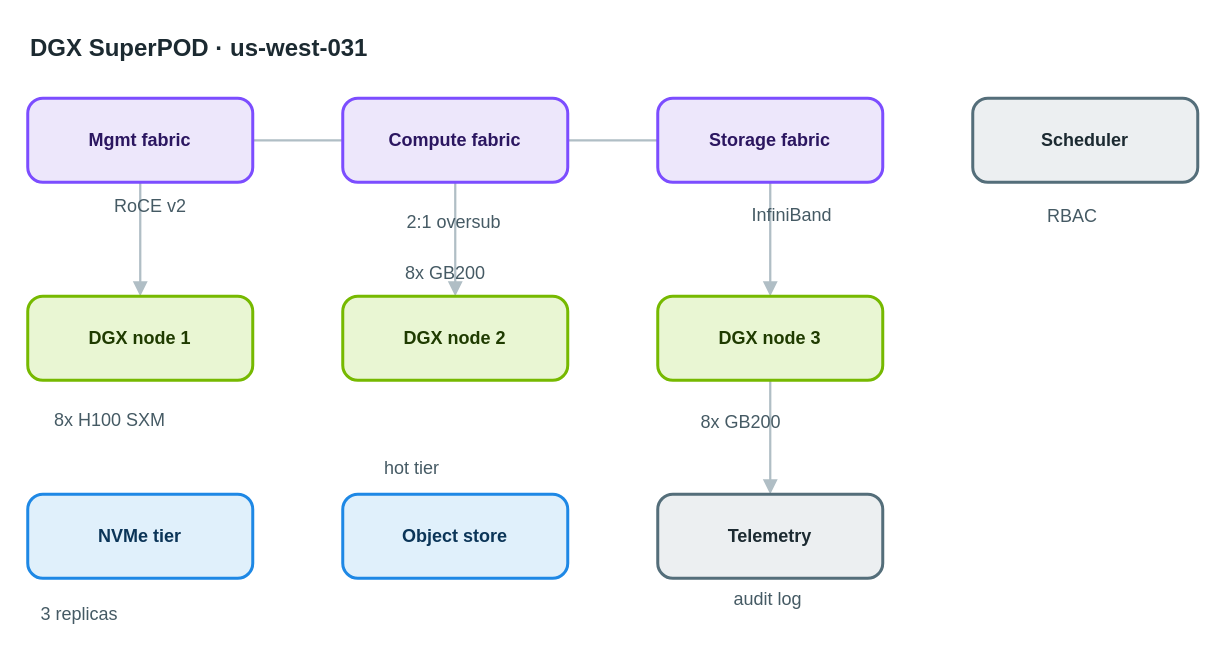
Earlier version of the draw.io diagram apps/web/public/samples/library/031-dgx-superpod.drawio (AryanG01/open-apprentice). Source tidied: cells renumbered, new cells numbered last; positions are measured from the earlier drawing's top-left corner, leaving out a move shared by most shapes. Both pictures are drawn from the tidied source at 150%, with x=0, y=0 at pixel (27, 26).
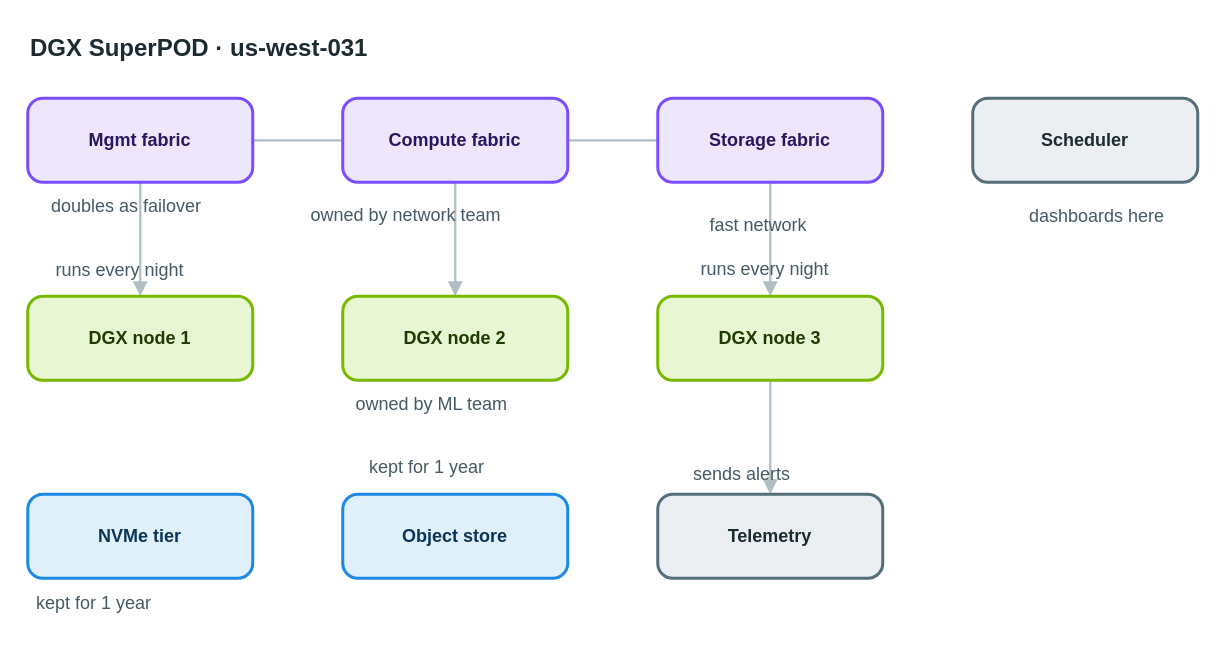
The same diagram, later.

Change to the diagram source:
```diff
@@
-    <mxCell id="17" value="RoCE v2" style="text;html=1;align=left;verticalAlign=top;whiteSpace=nowrap;spacing=0;spacingTop=0;strokeColor=none;fillColor=none;fontSize=12;fontColor=#455a64;" parent="1" vertex="1">
-      <mxGeometry x="58" y="108" width="61" height="20" as="geometry" />
+    <mxCell id="17" value="doubles as failover" style="text;html=1;align=left;verticalAlign=top;whiteSpace=nowrap;spacing=0;spacingTop=0;strokeColor=none;fillColor=none;fontSize=12;fontColor=#455a64;" parent="1" vertex="1">
+      <mxGeometry x="16" y="108" width="145" height="20" as="geometry" />
     </mxCell>
-    <mxCell id="18" value="2:1 oversub" style="text;html=1;align=left;verticalAlign=top;whiteSpace=nowrap;spacing=0;spacingTop=0;strokeColor=none;fillColor=none;fontSize=12;fontColor=#455a64;" parent="1" vertex="1">
-      <mxGeometry x="253" y="119" width="89" height="20" as="geometry" />
+    <mxCell id="18" value="owned by network team" style="text;html=1;align=left;verticalAlign=top;whiteSpace=nowrap;spacing=0;spacingTop=0;strokeColor=none;fillColor=none;fontSize=12;fontColor=#455a64;" parent="1" vertex="1">
+      <mxGeometry x="189" y="114" width="159" height="20" as="geometry" />
     </mxCell>
-    <mxCell id="19" value="InfiniBand" style="text;html=1;align=left;verticalAlign=top;whiteSpace=nowrap;spacing=0;spacingTop=0;strokeColor=none;fillColor=none;fontSize=12;fontColor=#455a64;" parent="1" vertex="1">
-      <mxGeometry x="483" y="114" width="82" height="20" as="geometry" />
+    <mxCell id="19" value="fast network" style="text;html=1;align=left;verticalAlign=top;whiteSpace=nowrap;spacing=0;spacingTop=0;strokeColor=none;fillColor=none;fontSize=12;fontColor=#455a64;" parent="1" vertex="1">
+      <mxGeometry x="455" y="121" width="96" height="20" as="geometry" />
     </mxCell>
-    <mxCell id="20" value="8x H100 SXM" style="text;html=1;align=left;verticalAlign=top;whiteSpace=nowrap;spacing=0;spacingTop=0;strokeColor=none;fillColor=none;fontSize=12;fontColor=#455a64;" parent="1" vertex="1">
-      <mxGeometry x="18" y="251" width="89" height="20" as="geometry" />
+    <mxCell id="20" value="runs every night" style="text;html=1;align=left;verticalAlign=top;whiteSpace=nowrap;spacing=0;spacingTop=0;strokeColor=none;fillColor=none;fontSize=12;fontColor=#455a64;" parent="1" vertex="1">
+      <mxGeometry x="19" y="151" width="124" height="20" as="geometry" />
     </mxCell>
-    <mxCell id="21" value="8x GB200" style="text;html=1;align=left;verticalAlign=top;whiteSpace=nowrap;spacing=0;spacingTop=0;strokeColor=none;fillColor=none;fontSize=12;fontColor=#455a64;" parent="1" vertex="1">
-      <mxGeometry x="252" y="153" width="68" height="20" as="geometry" />
+    <mxCell id="21" value="owned by ML team" style="text;html=1;align=left;verticalAlign=top;whiteSpace=nowrap;spacing=0;spacingTop=0;strokeColor=none;fillColor=none;fontSize=12;fontColor=#455a64;" parent="1" vertex="1">
+      <mxGeometry x="219" y="240" width="124" height="20" as="geometry" />
     </mxCell>
-    <mxCell id="22" value="8x GB200" style="text;html=1;align=left;verticalAlign=top;whiteSpace=nowrap;spacing=0;spacingTop=0;strokeColor=none;fillColor=none;fontSize=12;fontColor=#455a64;" parent="1" vertex="1">
-      <mxGeometry x="449" y="252" width="68" height="20" as="geometry" />
+    <mxCell id="22" value="runs every night" style="text;html=1;align=left;verticalAlign=top;whiteSpace=nowrap;spacing=0;spacingTop=0;strokeColor=none;fillColor=none;fontSize=12;fontColor=#455a64;" parent="1" vertex="1">
+      <mxGeometry x="449" y="150" width="124" height="20" as="geometry" />
     </mxCell>
-    <mxCell id="23" value="3 replicas" style="text;html=1;align=left;verticalAlign=top;whiteSpace=nowrap;spacing=0;spacingTop=0;strokeColor=none;fillColor=none;fontSize=12;fontColor=#455a64;" parent="1" vertex="1">
-      <mxGeometry x="9" y="380" width="82" height="20" as="geometry" />
+    <mxCell id="23" value="kept for 1 year" style="text;html=1;align=left;verticalAlign=top;whiteSpace=nowrap;spacing=0;spacingTop=0;strokeColor=none;fillColor=none;fontSize=12;fontColor=#455a64;" parent="1" vertex="1">
+      <mxGeometry x="6" y="373" width="117" height="20" as="geometry" />
     </mxCell>
-    <mxCell id="24" value="hot tier" style="text;html=1;align=left;verticalAlign=top;whiteSpace=nowrap;spacing=0;spacingTop=0;strokeColor=none;fillColor=none;fontSize=12;fontColor=#455a64;" parent="1" vertex="1">
-      <mxGeometry x="238" y="283" width="68" height="20" as="geometry" />
+    <mxCell id="24" value="kept for 1 year" style="text;html=1;align=left;verticalAlign=top;whiteSpace=nowrap;spacing=0;spacingTop=0;strokeColor=none;fillColor=none;fontSize=12;fontColor=#455a64;" parent="1" vertex="1">
+      <mxGeometry x="228" y="282" width="117" height="20" as="geometry" />
     </mxCell>
-    <mxCell id="25" value="RBAC" style="text;html=1;align=left;verticalAlign=top;whiteSpace=nowrap;spacing=0;spacingTop=0;strokeColor=none;fillColor=none;fontSize=12;fontColor=#455a64;" parent="1" vertex="1">
-      <mxGeometry x="680" y="115" width="40" height="20" as="geometry" />
+    <mxCell id="25" value="dashboards here" style="text;html=1;align=left;verticalAlign=top;whiteSpace=nowrap;spacing=0;spacingTop=0;strokeColor=none;fillColor=none;fontSize=12;fontColor=#455a64;" parent="1" vertex="1">
+      <mxGeometry x="668" y="115" width="117" height="20" as="geometry" />
     </mxCell>
-    <mxCell id="26" value="audit log" style="text;html=1;align=left;verticalAlign=top;whiteSpace=nowrap;spacing=0;spacingTop=0;strokeColor=none;fillColor=none;fontSize=12;fontColor=#455a64;" parent="1" vertex="1">
-      <mxGeometry x="471" y="370" width="75" height="20" as="geometry" />
+    <mxCell id="26" value="sends alerts" style="text;html=1;align=left;verticalAlign=top;whiteSpace=nowrap;spacing=0;spacingTop=0;strokeColor=none;fillColor=none;fontSize=12;fontColor=#455a64;" parent="1" vertex="1">
+      <mxGeometry x="444" y="287" width="96" height="20" as="geometry" />
     </mxCell>
```
